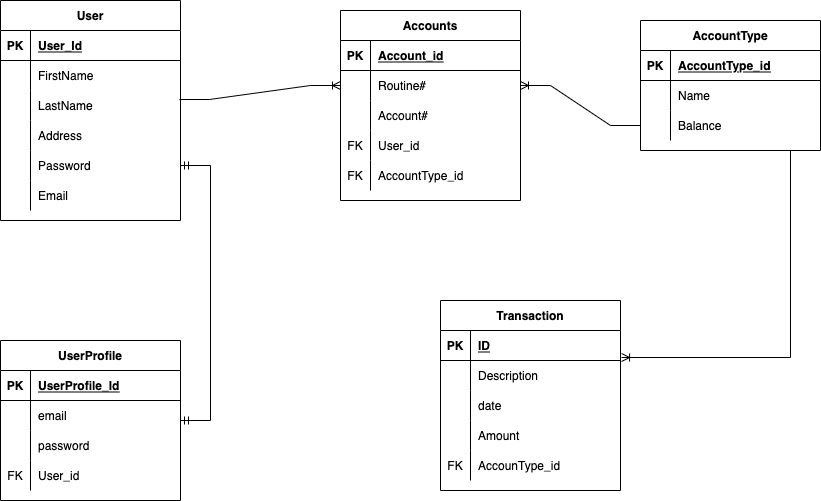
This is banking app.drawio.png from EricBrown589/unit-2-project, a draw.io export, as it was before one commit. Source tidied: cells renumbered, new cells last; positions are measured from the earlier drawing's top-left corner, leaving out a move shared by most shapes.
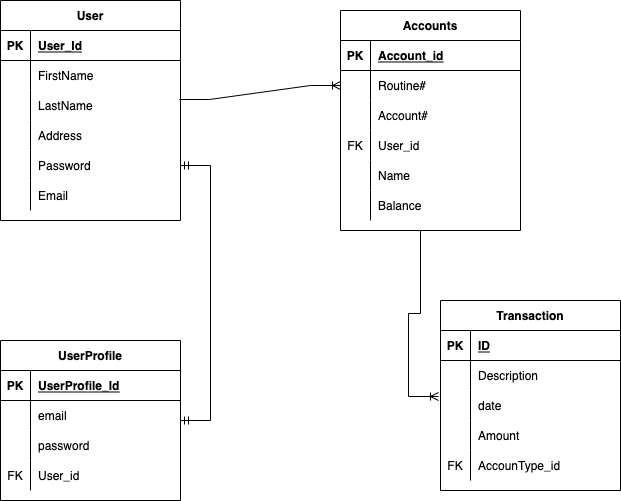
After the change.

The edit, as a diff of the source:
```diff
@@ -60,7 +60,7 @@
       <mxGeometry x="30" width="150" height="30" as="geometry" />
     </mxCell>
     <mxCell id="21" value="Accounts" style="shape=table;startSize=30;rowLines=0;fontStyle=1;align=center;" parent="1" vertex="1">
-      <mxGeometry x="340" y="10" width="180" height="190" as="geometry" />
+      <mxGeometry x="340" y="10" width="180" height="220" as="geometry" />
     </mxCell>
     <mxCell id="22" style="shape=partialRectangle;fillColor=none;top=0;left=0;bottom=1;right=0;" parent="21" vertex="1">
       <mxGeometry y="30" width="180" height="30" as="geometry" />
@@ -101,48 +101,24 @@
     <mxCell id="34" style="shape=partialRectangle;fillColor=none;top=0;left=0;bottom=0;right=0;" parent="21" vertex="1">
       <mxGeometry y="150" width="180" height="30" as="geometry" />
     </mxCell>
-    <mxCell id="35" value="FK" style="shape=partialRectangle;fillColor=none;top=0;left=0;bottom=0;right=0;overflow=hidden;" parent="34" vertex="1">
+    <mxCell id="35" style="shape=partialRectangle;fillColor=none;top=0;left=0;bottom=0;right=0;overflow=hidden;" parent="34" vertex="1">
       <mxGeometry width="30" height="30" as="geometry" />
     </mxCell>
-    <mxCell id="36" value="AccountType_id" style="shape=partialRectangle;fillColor=none;top=0;left=0;bottom=0;right=0;align=left;spacingLeft=6;overflow=hidden;" parent="34" vertex="1">
+    <mxCell id="36" value="Name" style="shape=partialRectangle;fillColor=none;top=0;left=0;bottom=0;right=0;align=left;spacingLeft=6;overflow=hidden;" parent="34" vertex="1">
       <mxGeometry x="30" width="150" height="30" as="geometry" />
     </mxCell>
-    <mxCell id="37" value="AccountType" style="shape=table;startSize=30;rowLines=0;fontStyle=1;align=center;" parent="1" vertex="1">
-      <mxGeometry x="640" y="20" width="180" height="130" as="geometry" />
-    </mxCell>
-    <mxCell id="38" style="shape=partialRectangle;fillColor=none;top=0;left=0;bottom=1;right=0;" parent="37" vertex="1">
-      <mxGeometry y="30" width="180" height="30" as="geometry" />
-    </mxCell>
-    <mxCell id="39" value="PK" style="shape=partialRectangle;fillColor=none;top=0;left=0;bottom=0;right=0;fontStyle=1;overflow=hidden;" parent="38" vertex="1">
-      <mxGeometry width="30" height="30" as="geometry" />
-    </mxCell>
-    <mxCell id="40" value="AccountType_id" style="shape=partialRectangle;fillColor=none;top=0;left=0;bottom=0;right=0;align=left;spacingLeft=6;fontStyle=5;overflow=hidden;" parent="38" vertex="1">
-      <mxGeometry x="30" width="150" height="30" as="geometry" />
-    </mxCell>
-    <mxCell id="41" style="shape=partialRectangle;fillColor=none;top=0;left=0;bottom=0;right=0;" parent="37" vertex="1">
-      <mxGeometry y="60" width="180" height="30" as="geometry" />
-    </mxCell>
-    <mxCell id="42" style="shape=partialRectangle;fillColor=none;top=0;left=0;bottom=0;right=0;overflow=hidden;" parent="41" vertex="1">
-      <mxGeometry width="30" height="30" as="geometry" />
-    </mxCell>
-    <mxCell id="43" value="Name" style="shape=partialRectangle;fillColor=none;top=0;left=0;bottom=0;right=0;align=left;spacingLeft=6;overflow=hidden;" parent="41" vertex="1">
-      <mxGeometry x="30" width="150" height="30" as="geometry" />
-    </mxCell>
-    <mxCell id="44" style="shape=partialRectangle;fillColor=none;top=0;left=0;bottom=0;right=0;points=[[0,0.5],[1,0.5]];portConstraint=eastwest;" parent="37" vertex="1">
-      <mxGeometry y="90" width="180" height="30" as="geometry" />
-    </mxCell>
-    <mxCell id="45" style="shape=partialRectangle;fillColor=none;top=0;left=0;bottom=0;right=0;overflow=hidden;" parent="44" vertex="1">
-      <mxGeometry width="30" height="30" as="geometry" />
-    </mxCell>
+    <mxCell id="80" style="shape=partialRectangle;fillColor=none;top=0;left=0;bottom=0;right=0;" parent="21" vertex="1">
+      <mxGeometry y="180" width="180" height="30" as="geometry" />
+    </mxCell>
+    <mxCell id="81" style="shape=partialRectangle;fillColor=none;top=0;left=0;bottom=0;right=0;overflow=hidden;" parent="80" vertex="1">
+      <mxGeometry width="30" height="30" as="geometry" />
+    </mxCell>
-    <mxCell id="46" value="Balance" style="shape=partialRectangle;fillColor=none;top=0;left=0;bottom=0;right=0;align=left;spacingLeft=6;overflow=hidden;" parent="44" vertex="1">
+    <mxCell id="46" value="Balance" style="shape=partialRectangle;fillColor=none;top=0;left=0;bottom=0;right=0;align=left;spacingLeft=6;overflow=hidden;" parent="80" vertex="1">
       <mxGeometry x="30" width="150" height="30" as="geometry" />
     </mxCell>
     <mxCell id="47" style="edgeStyle=entityRelationEdgeStyle;fontSize=12;html=1;endArrow=ERoneToMany;rounded=0;exitX=0.994;exitY=0.3;exitDx=0;exitDy=0;exitPerimeter=0;entryX=0;entryY=0.5;entryDx=0;entryDy=0;" parent="1" edge="1" source="9" target="25">
       <mxGeometry relative="1" as="geometry" />
     </mxCell>
-    <mxCell id="48" style="edgeStyle=entityRelationEdgeStyle;fontSize=12;html=1;endArrow=ERoneToMany;rounded=0;exitX=0;exitY=0.5;exitDx=0;exitDy=0;" parent="1" edge="1" source="44" target="25">
-      <mxGeometry relative="1" as="geometry" />
-    </mxCell>
     <mxCell id="49" value="Transaction" style="shape=table;startSize=30;rowLines=0;fontStyle=1;align=center;" parent="1" vertex="1">
       <mxGeometry x="440" y="300" width="180" height="190" as="geometry" />
     </mxCell>
@@ -233,9 +209,9 @@
     <mxCell id="78" style="edgeStyle=entityRelationEdgeStyle;fontSize=12;html=1;endArrow=ERmandOne;startArrow=ERmandOne;rounded=0;entryX=1;entryY=0.5;entryDx=0;entryDy=0;" parent="1" edge="1" source="65" target="15">
       <mxGeometry relative="1" as="geometry" />
     </mxCell>
-    <mxCell id="79" style="edgeStyle=entityRelationEdgeStyle;fontSize=12;html=1;endArrow=ERoneToMany;rounded=0;entryX=1.006;entryY=0.9;entryDx=0;entryDy=0;entryPerimeter=0;" parent="1" edge="1" target="50">
+    <mxCell id="79" style="edgeStyle=entityRelationEdgeStyle;fontSize=12;html=1;endArrow=ERoneToMany;rounded=0;entryX=-0.011;entryY=0.2;entryDx=0;entryDy=0;entryPerimeter=0;" parent="1" edge="1" target="56">
       <mxGeometry relative="1" as="geometry">
-        <mxPoint x="760" y="150" as="sourcePoint" />
+        <mxPoint x="390" y="230" as="sourcePoint" />
       </mxGeometry>
     </mxCell>
   </root>
```
